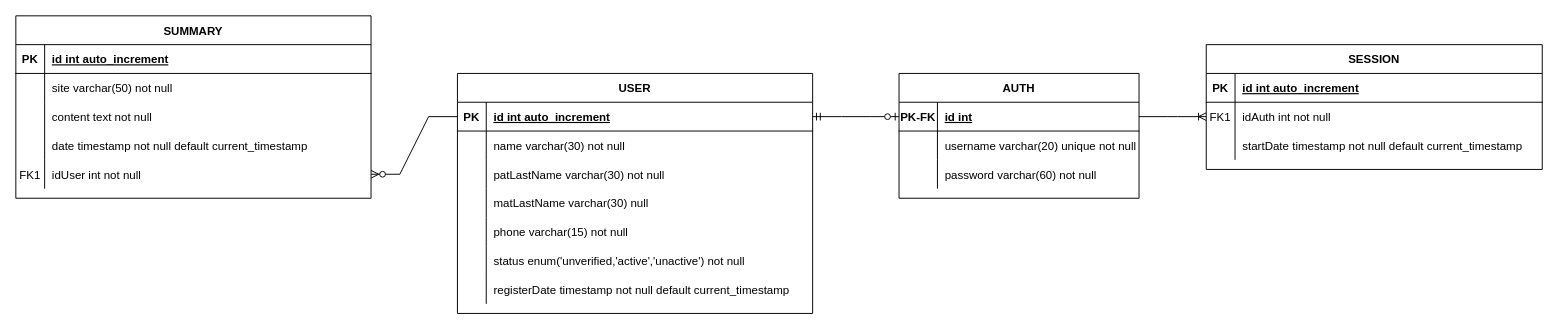
The draw.io diagram db/Diagrama sin título (1).drawio in Sinuhe135/PlainLawAPI, before the edit. Source tidied: cells renumbered, new cells numbered last; positions are measured from the earlier drawing's top-left corner, leaving out a move shared by most shapes. Both pictures are drawn from the tidied source at 96%, with x=0, y=0 at pixel (15, 15).
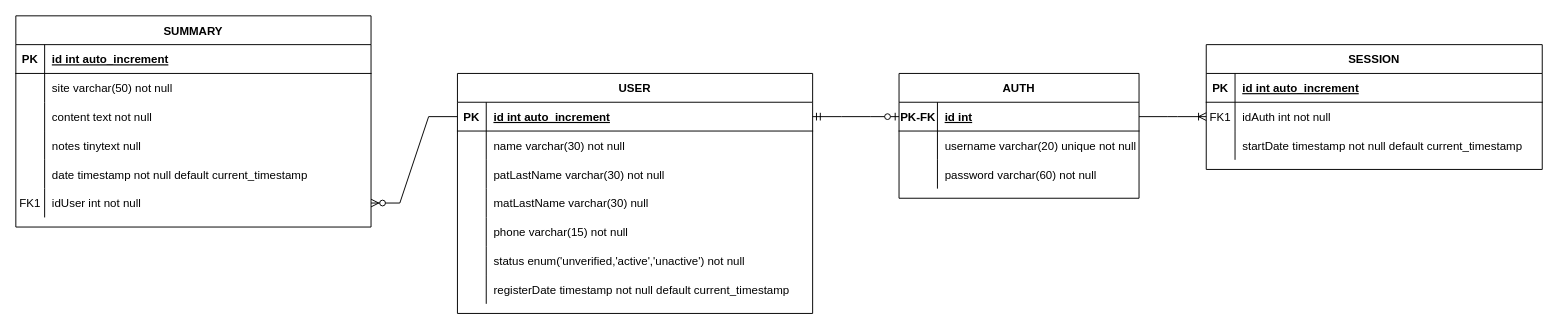
Above is the later version.

The edit, as a diff of the source:
```diff
@@
     <mxCell id="46" value="SUMMARY" style="shape=table;startSize=30;childLayout=tableLayout;rowLines=0;fontStyle=1;align=center;" parent="1" vertex="1">
-      <mxGeometry width="370" height="190" as="geometry" />
+      <mxGeometry width="370" height="220" as="geometry" />
     </mxCell>
@@
+    <mxCell id="63" style="shape=partialRectangle;fillColor=none;top=0;left=0;right=0;bottom=0;" parent="46" vertex="1">
+      <mxGeometry y="120" width="370" height="30" as="geometry" />
+    </mxCell>
+    <mxCell id="64" style="shape=partialRectangle;overflow=hidden;fillColor=none;top=0;left=0;bottom=0;right=0;" parent="63" vertex="1">
+      <mxGeometry width="30" height="30" as="geometry" />
+    </mxCell>
+    <mxCell id="65" value="notes tinytext null" style="shape=partialRectangle;overflow=hidden;fillColor=none;top=0;left=0;bottom=0;right=0;align=left;spacingLeft=6;" parent="63" vertex="1">
+      <mxGeometry x="30" width="340" height="30" as="geometry" />
+    </mxCell>
     <mxCell id="56" style="shape=partialRectangle;fillColor=none;top=0;left=0;right=0;bottom=0;" parent="46" vertex="1">
-      <mxGeometry y="120" width="370" height="30" as="geometry" />
+      <mxGeometry y="150" width="370" height="30" as="geometry" />
     </mxCell>
@@
     <mxCell id="59" style="shape=partialRectangle;fillColor=none;points=[[0,0.5],[1,0.5]];portConstraint=eastwest;top=0;left=0;right=0;bottom=0;" parent="46" vertex="1">
-      <mxGeometry y="150" width="370" height="30" as="geometry" />
+      <mxGeometry y="180" width="370" height="30" as="geometry" />
     </mxCell>
```
